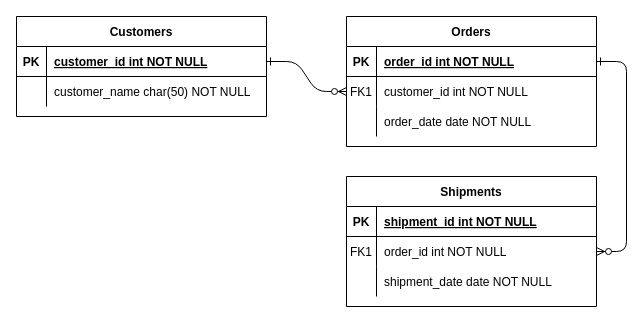
Above: Untitled Diagram.drawio in jean-rocha1/Griffith-College (draw.io), before the change. Source tidied: cells renumbered, new cells numbered last; positions are measured from the earlier drawing's top-left corner, leaving out a move shared by most shapes. Both pictures are drawn from the tidied source at 100%, with x=0, y=0 at pixel (16, 16).
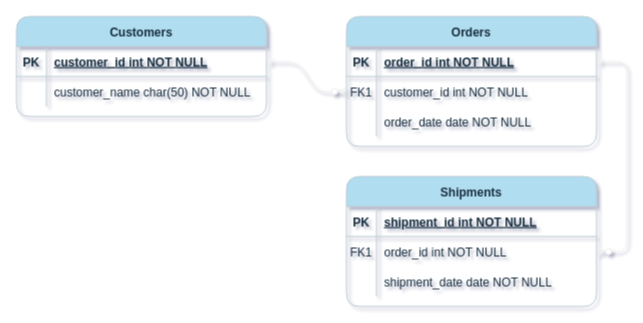
The same page after the edit.

Commit message:
Fitness Plaza

The edit, as a diff of the source:
```diff
@@
-<mxGraphModel>
+<mxGraphModel background="#ffffff" shadow="1">
@@
-    <mxCell id="2" style="edgeStyle=entityRelationEdgeStyle;endArrow=ERzeroToMany;startArrow=ERone;endFill=1;startFill=0;" parent="1" edge="1" source="25" target="8">
+    <mxCell id="2" style="edgeStyle=entityRelationEdgeStyle;endArrow=ERzeroToMany;startArrow=ERone;endFill=1;startFill=0;labelBackgroundColor=none;strokeColor=#EEEEEE;fontColor=default;" parent="1" edge="1" source="25" target="8">
       <mxGeometry relative="1" as="geometry" />
     </mxCell>
-    <mxCell id="3" style="edgeStyle=entityRelationEdgeStyle;endArrow=ERzeroToMany;startArrow=ERone;endFill=1;startFill=0;" parent="1" edge="1" source="5" target="18">
+    <mxCell id="3" style="edgeStyle=entityRelationEdgeStyle;endArrow=ERzeroToMany;startArrow=ERone;endFill=1;startFill=0;labelBackgroundColor=none;strokeColor=#EEEEEE;fontColor=default;" parent="1" edge="1" source="5" target="18">
       <mxGeometry relative="1" as="geometry" />
     </mxCell>
-    <mxCell id="4" value="Orders" style="shape=table;startSize=30;childLayout=tableLayout;rowLines=0;fontStyle=1;align=center;" parent="1" vertex="1">
+    <mxCell id="4" value="Orders" style="shape=table;startSize=30;childLayout=tableLayout;rowLines=0;fontStyle=1;align=center;rounded=1;labelBackgroundColor=none;fillColor=#B1DDF0;strokeColor=#BAC8D3;fontColor=#182E3E;" parent="1" vertex="1">
       <mxGeometry x="330" width="250" height="130" as="geometry" />
     </mxCell>
-    <mxCell id="5" style="shape=partialRectangle;fillColor=none;points=[[0,0.5],[1,0.5]];portConstraint=eastwest;top=0;left=0;right=0;bottom=1;" parent="4" vertex="1">
+    <mxCell id="5" style="shape=partialRectangle;fillColor=none;points=[[0,0.5],[1,0.5]];portConstraint=eastwest;top=0;left=0;right=0;bottom=1;rounded=1;labelBackgroundColor=none;strokeColor=#BAC8D3;fontColor=#182E3E;" parent="4" vertex="1">
       <mxGeometry y="30" width="250" height="30" as="geometry" />
     </mxCell>
-    <mxCell id="6" value="PK" style="shape=partialRectangle;overflow=hidden;fillColor=none;top=0;left=0;bottom=0;right=0;fontStyle=1;" parent="5" vertex="1">
+    <mxCell id="6" value="PK" style="shape=partialRectangle;overflow=hidden;fillColor=none;top=0;left=0;bottom=0;right=0;fontStyle=1;rounded=1;labelBackgroundColor=none;strokeColor=#BAC8D3;fontColor=#182E3E;" parent="5" vertex="1">
       <mxGeometry width="30" height="30" as="geometry" />
     </mxCell>
-    <mxCell id="7" value="order_id int NOT NULL " style="shape=partialRectangle;overflow=hidden;fillColor=none;top=0;left=0;bottom=0;right=0;align=left;spacingLeft=6;fontStyle=5;" parent="5" vertex="1">
+    <mxCell id="7" value="order_id int NOT NULL " style="shape=partialRectangle;overflow=hidden;fillColor=none;top=0;left=0;bottom=0;right=0;align=left;spacingLeft=6;fontStyle=5;rounded=1;labelBackgroundColor=none;strokeColor=#BAC8D3;fontColor=#182E3E;" parent="5" vertex="1">
       <mxGeometry x="30" width="220" height="30" as="geometry" />
     </mxCell>
-    <mxCell id="8" style="shape=partialRectangle;fillColor=none;points=[[0,0.5],[1,0.5]];portConstraint=eastwest;top=0;left=0;right=0;bottom=0;" parent="4" vertex="1">
+    <mxCell id="8" style="shape=partialRectangle;fillColor=none;points=[[0,0.5],[1,0.5]];portConstraint=eastwest;top=0;left=0;right=0;bottom=0;rounded=1;labelBackgroundColor=none;strokeColor=#BAC8D3;fontColor=#182E3E;" parent="4" vertex="1">
       <mxGeometry y="60" width="250" height="30" as="geometry" />
     </mxCell>
-    <mxCell id="9" value="FK1" style="shape=partialRectangle;overflow=hidden;fillColor=none;top=0;left=0;bottom=0;right=0;" parent="8" vertex="1">
+    <mxCell id="9" value="FK1" style="shape=partialRectangle;overflow=hidden;fillColor=none;top=0;left=0;bottom=0;right=0;rounded=1;labelBackgroundColor=none;strokeColor=#BAC8D3;fontColor=#182E3E;" parent="8" vertex="1">
       <mxGeometry width="30" height="30" as="geometry" />
     </mxCell>
-    <mxCell id="10" value="customer_id int NOT NULL" style="shape=partialRectangle;overflow=hidden;fillColor=none;top=0;left=0;bottom=0;right=0;align=left;spacingLeft=6;" parent="8" vertex="1">
+    <mxCell id="10" value="customer_id int NOT NULL" style="shape=partialRectangle;overflow=hidden;fillColor=none;top=0;left=0;bottom=0;right=0;align=left;spacingLeft=6;rounded=1;labelBackgroundColor=none;strokeColor=#BAC8D3;fontColor=#182E3E;" parent="8" vertex="1">
       <mxGeometry x="30" width="220" height="30" as="geometry" />
     </mxCell>
-    <mxCell id="11" style="shape=partialRectangle;fillColor=none;top=0;left=0;right=0;bottom=0;" parent="4" vertex="1">
+    <mxCell id="11" style="shape=partialRectangle;fillColor=none;top=0;left=0;right=0;bottom=0;rounded=1;labelBackgroundColor=none;strokeColor=#BAC8D3;fontColor=#182E3E;" parent="4" vertex="1">
       <mxGeometry y="90" width="250" height="30" as="geometry" />
     </mxCell>
-    <mxCell id="12" style="shape=partialRectangle;overflow=hidden;fillColor=none;top=0;left=0;bottom=0;right=0;" parent="11" vertex="1">
+    <mxCell id="12" style="shape=partialRectangle;overflow=hidden;fillColor=none;top=0;left=0;bottom=0;right=0;rounded=1;labelBackgroundColor=none;strokeColor=#BAC8D3;fontColor=#182E3E;" parent="11" vertex="1">
       <mxGeometry width="30" height="30" as="geometry" />
     </mxCell>
-    <mxCell id="13" value="order_date date NOT NULL" style="shape=partialRectangle;overflow=hidden;fillColor=none;top=0;left=0;bottom=0;right=0;align=left;spacingLeft=6;" parent="11" vertex="1">
+    <mxCell id="13" value="order_date date NOT NULL" style="shape=partialRectangle;overflow=hidden;fillColor=none;top=0;left=0;bottom=0;right=0;align=left;spacingLeft=6;rounded=1;labelBackgroundColor=none;strokeColor=#BAC8D3;fontColor=#182E3E;" parent="11" vertex="1">
       <mxGeometry x="30" width="220" height="30" as="geometry" />
     </mxCell>
-    <mxCell id="14" value="Shipments" style="shape=table;startSize=30;childLayout=tableLayout;rowLines=0;fontStyle=1;align=center;" parent="1" vertex="1">
+    <mxCell id="14" value="Shipments" style="shape=table;startSize=30;childLayout=tableLayout;rowLines=0;fontStyle=1;align=center;rounded=1;labelBackgroundColor=none;fillColor=#B1DDF0;strokeColor=#BAC8D3;fontColor=#182E3E;" parent="1" vertex="1">
       <mxGeometry x="330" y="160" width="250" height="130" as="geometry" />
     </mxCell>
-    <mxCell id="15" style="shape=partialRectangle;fillColor=none;top=0;left=0;right=0;bottom=1;" parent="14" vertex="1">
+    <mxCell id="15" style="shape=partialRectangle;fillColor=none;top=0;left=0;right=0;bottom=1;rounded=1;labelBackgroundColor=none;strokeColor=#BAC8D3;fontColor=#182E3E;" parent="14" vertex="1">
       <mxGeometry y="30" width="250" height="30" as="geometry" />
     </mxCell>
-    <mxCell id="16" value="PK" style="shape=partialRectangle;overflow=hidden;fillColor=none;top=0;left=0;bottom=0;right=0;fontStyle=1;" parent="15" vertex="1">
+    <mxCell id="16" value="PK" style="shape=partialRectangle;overflow=hidden;fillColor=none;top=0;left=0;bottom=0;right=0;fontStyle=1;rounded=1;labelBackgroundColor=none;strokeColor=#BAC8D3;fontColor=#182E3E;" parent="15" vertex="1">
       <mxGeometry width="30" height="30" as="geometry" />
     </mxCell>
-    <mxCell id="17" value="shipment_id int NOT NULL " style="shape=partialRectangle;overflow=hidden;fillColor=none;top=0;left=0;bottom=0;right=0;align=left;spacingLeft=6;fontStyle=5;" parent="15" vertex="1">
+    <mxCell id="17" value="shipment_id int NOT NULL " style="shape=partialRectangle;overflow=hidden;fillColor=none;top=0;left=0;bottom=0;right=0;align=left;spacingLeft=6;fontStyle=5;rounded=1;labelBackgroundColor=none;strokeColor=#BAC8D3;fontColor=#182E3E;" parent="15" vertex="1">
       <mxGeometry x="30" width="220" height="30" as="geometry" />
     </mxCell>
-    <mxCell id="18" style="shape=partialRectangle;fillColor=none;points=[[0,0.5],[1,0.5]];portConstraint=eastwest;top=0;left=0;right=0;bottom=0;" parent="14" vertex="1">
+    <mxCell id="18" style="shape=partialRectangle;fillColor=none;points=[[0,0.5],[1,0.5]];portConstraint=eastwest;top=0;left=0;right=0;bottom=0;rounded=1;labelBackgroundColor=none;strokeColor=#BAC8D3;fontColor=#182E3E;" parent="14" vertex="1">
       <mxGeometry y="60" width="250" height="30" as="geometry" />
     </mxCell>
-    <mxCell id="19" value="FK1" style="shape=partialRectangle;overflow=hidden;fillColor=none;top=0;left=0;bottom=0;right=0;" parent="18" vertex="1">
+    <mxCell id="19" value="FK1" style="shape=partialRectangle;overflow=hidden;fillColor=none;top=0;left=0;bottom=0;right=0;rounded=1;labelBackgroundColor=none;strokeColor=#BAC8D3;fontColor=#182E3E;" parent="18" vertex="1">
       <mxGeometry width="30" height="30" as="geometry" />
     </mxCell>
-    <mxCell id="20" value="order_id int NOT NULL" style="shape=partialRectangle;overflow=hidden;fillColor=none;top=0;left=0;bottom=0;right=0;align=left;spacingLeft=6;" parent="18" vertex="1">
+    <mxCell id="20" value="order_id int NOT NULL" style="shape=partialRectangle;overflow=hidden;fillColor=none;top=0;left=0;bottom=0;right=0;align=left;spacingLeft=6;rounded=1;labelBackgroundColor=none;strokeColor=#BAC8D3;fontColor=#182E3E;" parent="18" vertex="1">
       <mxGeometry x="30" width="220" height="30" as="geometry" />
     </mxCell>
-    <mxCell id="21" style="shape=partialRectangle;fillColor=none;top=0;left=0;right=0;bottom=0;" parent="14" vertex="1">
+    <mxCell id="21" style="shape=partialRectangle;fillColor=none;top=0;left=0;right=0;bottom=0;rounded=1;labelBackgroundColor=none;strokeColor=#BAC8D3;fontColor=#182E3E;" parent="14" vertex="1">
       <mxGeometry y="90" width="250" height="30" as="geometry" />
     </mxCell>
-    <mxCell id="22" style="shape=partialRectangle;overflow=hidden;fillColor=none;top=0;left=0;bottom=0;right=0;" parent="21" vertex="1">
+    <mxCell id="22" style="shape=partialRectangle;overflow=hidden;fillColor=none;top=0;left=0;bottom=0;right=0;rounded=1;labelBackgroundColor=none;strokeColor=#BAC8D3;fontColor=#182E3E;" parent="21" vertex="1">
       <mxGeometry width="30" height="30" as="geometry" />
     </mxCell>
-    <mxCell id="23" value="shipment_date date NOT NULL" style="shape=partialRectangle;overflow=hidden;fillColor=none;top=0;left=0;bottom=0;right=0;align=left;spacingLeft=6;" parent="21" vertex="1">
+    <mxCell id="23" value="shipment_date date NOT NULL" style="shape=partialRectangle;overflow=hidden;fillColor=none;top=0;left=0;bottom=0;right=0;align=left;spacingLeft=6;rounded=1;labelBackgroundColor=none;strokeColor=#BAC8D3;fontColor=#182E3E;" parent="21" vertex="1">
       <mxGeometry x="30" width="220" height="30" as="geometry" />
     </mxCell>
-    <mxCell id="24" value="Customers" style="shape=table;startSize=30;childLayout=tableLayout;rowLines=0;fontStyle=1;align=center;" parent="1" vertex="1">
+    <mxCell id="24" value="Customers" style="shape=table;startSize=30;childLayout=tableLayout;rowLines=0;fontStyle=1;align=center;rounded=1;labelBackgroundColor=none;fillColor=#B1DDF0;strokeColor=#BAC8D3;fontColor=#182E3E;" parent="1" vertex="1">
       <mxGeometry width="250" height="100" as="geometry" />
     </mxCell>
-    <mxCell id="25" style="shape=partialRectangle;fillColor=none;points=[[0,0.5],[1,0.5]];portConstraint=eastwest;top=0;left=0;right=0;bottom=1;" parent="24" vertex="1">
+    <mxCell id="25" style="shape=partialRectangle;fillColor=none;points=[[0,0.5],[1,0.5]];portConstraint=eastwest;top=0;left=0;right=0;bottom=1;rounded=1;labelBackgroundColor=none;strokeColor=#BAC8D3;fontColor=#182E3E;" parent="24" vertex="1">
       <mxGeometry y="30" width="250" height="30" as="geometry" />
     </mxCell>
-    <mxCell id="26" value="PK" style="shape=partialRectangle;overflow=hidden;fillColor=none;top=0;left=0;bottom=0;right=0;fontStyle=1;" parent="25" vertex="1">
+    <mxCell id="26" value="PK" style="shape=partialRectangle;overflow=hidden;fillColor=none;top=0;left=0;bottom=0;right=0;fontStyle=1;rounded=1;labelBackgroundColor=none;strokeColor=#BAC8D3;fontColor=#182E3E;" parent="25" vertex="1">
       <mxGeometry width="30" height="30" as="geometry" />
     </mxCell>
-    <mxCell id="27" value="customer_id int NOT NULL " style="shape=partialRectangle;overflow=hidden;fillColor=none;top=0;left=0;bottom=0;right=0;align=left;spacingLeft=6;fontStyle=5;" parent="25" vertex="1">
+    <mxCell id="27" value="customer_id int NOT NULL " style="shape=partialRectangle;overflow=hidden;fillColor=none;top=0;left=0;bottom=0;right=0;align=left;spacingLeft=6;fontStyle=5;rounded=1;labelBackgroundColor=none;strokeColor=#BAC8D3;fontColor=#182E3E;" parent="25" vertex="1">
       <mxGeometry x="30" width="220" height="30" as="geometry" />
     </mxCell>
-    <mxCell id="28" style="shape=partialRectangle;fillColor=none;top=0;left=0;right=0;bottom=0;" parent="24" vertex="1">
+    <mxCell id="28" style="shape=partialRectangle;fillColor=none;top=0;left=0;right=0;bottom=0;rounded=1;labelBackgroundColor=none;strokeColor=#BAC8D3;fontColor=#182E3E;" parent="24" vertex="1">
       <mxGeometry y="60" width="250" height="30" as="geometry" />
     </mxCell>
-    <mxCell id="29" style="shape=partialRectangle;overflow=hidden;fillColor=none;top=0;left=0;bottom=0;right=0;" parent="28" vertex="1">
+    <mxCell id="29" style="shape=partialRectangle;overflow=hidden;fillColor=none;top=0;left=0;bottom=0;right=0;rounded=1;labelBackgroundColor=none;strokeColor=#BAC8D3;fontColor=#182E3E;" parent="28" vertex="1">
       <mxGeometry width="30" height="30" as="geometry" />
     </mxCell>
-    <mxCell id="30" value="customer_name char(50) NOT NULL" style="shape=partialRectangle;overflow=hidden;fillColor=none;top=0;left=0;bottom=0;right=0;align=left;spacingLeft=6;" parent="28" vertex="1">
+    <mxCell id="30" value="customer_name char(50) NOT NULL" style="shape=partialRectangle;overflow=hidden;fillColor=none;top=0;left=0;bottom=0;right=0;align=left;spacingLeft=6;rounded=1;labelBackgroundColor=none;strokeColor=#BAC8D3;fontColor=#182E3E;" parent="28" vertex="1">
       <mxGeometry x="30" width="220" height="30" as="geometry" />
     </mxCell>
```
